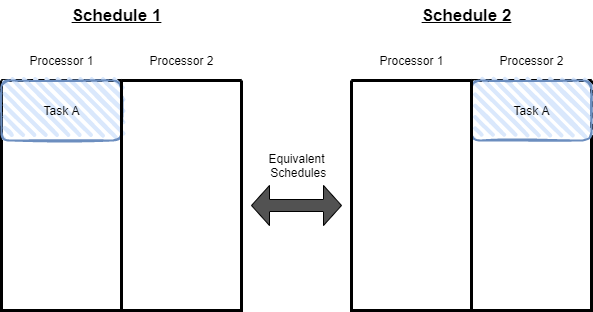
The draw.io diagram docs/Wiki/Parallelisation/diagrams/rendered/DuplicateSchedules.png in butterplup/Task-Scheduler, before a commit. Source tidied: cells renumbered, new cells last; positions are measured from the earlier drawing's top-left corner, leaving out a move shared by most shapes. Source of this version:
```xml
<mxGraphModel>
  <root>
    <mxCell id="0" />
    <mxCell id="1" parent="0" />
    <mxCell id="2" style="swimlane;startSize=0;strokeWidth=3;" parent="1" vertex="1">
      <mxGeometry y="80" width="120" height="230" as="geometry" />
    </mxCell>
    <mxCell id="3" style="rounded=1;whiteSpace=wrap;html=1;strokeWidth=2;fillWeight=4;hachureGap=8;hachureAngle=45;fillColor=#dae8fc;sketch=1;strokeColor=#6c8ebf;" parent="2" vertex="1">
      <mxGeometry width="120" height="60" as="geometry" />
    </mxCell>
    <mxCell id="4" value="Task A" style="text;html=1;align=center;verticalAlign=middle;fillColor=none;strokeColor=none;rounded=0;" parent="2" vertex="1">
      <mxGeometry x="35" y="20" width="50" height="20" as="geometry" />
    </mxCell>
    <mxCell id="5" style="swimlane;startSize=0;strokeWidth=3;" parent="1" vertex="1">
      <mxGeometry x="120" y="80" width="120" height="230" as="geometry" />
    </mxCell>
    <mxCell id="6" value="Processor 1" style="text;html=1;align=center;verticalAlign=middle;fillColor=none;strokeColor=none;rounded=0;" parent="1" vertex="1">
      <mxGeometry x="20" y="50" width="80" height="20" as="geometry" />
    </mxCell>
    <mxCell id="7" value="Processor 2" style="text;html=1;align=center;verticalAlign=middle;fillColor=none;strokeColor=none;rounded=0;" parent="1" vertex="1">
      <mxGeometry x="140" y="50" width="80" height="20" as="geometry" />
    </mxCell>
    <mxCell id="8" style="swimlane;startSize=0;strokeWidth=3;" parent="1" vertex="1">
      <mxGeometry x="470" y="80" width="120" height="230" as="geometry" />
    </mxCell>
    <mxCell id="9" style="rounded=1;whiteSpace=wrap;html=1;strokeWidth=2;fillWeight=4;hachureGap=8;hachureAngle=45;fillColor=#dae8fc;sketch=1;strokeColor=#6c8ebf;" parent="8" vertex="1">
      <mxGeometry width="120" height="60" as="geometry" />
    </mxCell>
    <mxCell id="10" value="Task A" style="text;html=1;align=center;verticalAlign=middle;fillColor=none;strokeColor=none;rounded=0;" parent="8" vertex="1">
      <mxGeometry x="35" y="20" width="50" height="20" as="geometry" />
    </mxCell>
    <mxCell id="11" style="swimlane;startSize=0;strokeWidth=3;" parent="1" vertex="1">
      <mxGeometry x="350" y="80" width="120" height="230" as="geometry" />
    </mxCell>
    <mxCell id="12" style="shape=doubleArrow;direction=south;whiteSpace=wrap;html=1;fillColor=#525252;rotation=90;" parent="1" vertex="1">
      <mxGeometry x="275" y="160" width="40" height="90" as="geometry" />
    </mxCell>
    <mxCell id="13" value="Equivalent&lt;br&gt;&amp;nbsp;Schedules" style="text;html=1;align=center;verticalAlign=middle;fillColor=none;strokeColor=none;rounded=0;" parent="1" vertex="1">
      <mxGeometry x="260" y="150" width="70" height="30" as="geometry" />
    </mxCell>
    <mxCell id="14" value="Processor 1" style="text;html=1;align=center;verticalAlign=middle;fillColor=none;strokeColor=none;rounded=0;" parent="1" vertex="1">
      <mxGeometry x="370" y="50" width="80" height="20" as="geometry" />
    </mxCell>
    <mxCell id="15" value="Processor 2" style="text;html=1;align=center;verticalAlign=middle;fillColor=none;strokeColor=none;rounded=0;" parent="1" vertex="1">
      <mxGeometry x="490" y="50" width="80" height="20" as="geometry" />
    </mxCell>
    <mxCell id="16" value="Schedule 1" style="text;html=1;align=center;verticalAlign=middle;rounded=0;fontStyle=5;fontSize=17;" parent="1" vertex="1">
      <mxGeometry x="60" width="110" height="30" as="geometry" />
    </mxCell>
    <mxCell id="17" value="Schedule 2" style="text;html=1;align=center;verticalAlign=middle;fillColor=none;strokeColor=none;rounded=0;fontStyle=5;fontSize=17;" parent="1" vertex="1">
      <mxGeometry x="410" width="110" height="30" as="geometry" />
    </mxCell>
  </root>
</mxGraphModel>
```
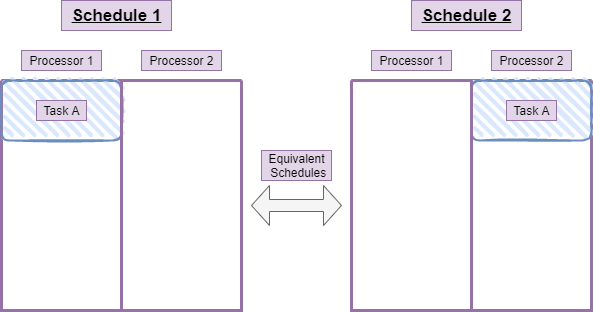
Above is the later version.

Commit message:
fix image display issues with dark mode

Change to the diagram source:
```diff
@@ -2,52 +2,52 @@
   <root>
     <mxCell id="0" />
     <mxCell id="1" parent="0" />
-    <mxCell id="2" style="swimlane;startSize=0;strokeWidth=3;" parent="1" vertex="1">
+    <mxCell id="2" style="swimlane;startSize=0;strokeWidth=3;fillColor=#e1d5e7;strokeColor=#9673a6;" parent="1" vertex="1">
       <mxGeometry y="80" width="120" height="230" as="geometry" />
     </mxCell>
     <mxCell id="3" style="rounded=1;whiteSpace=wrap;html=1;strokeWidth=2;fillWeight=4;hachureGap=8;hachureAngle=45;fillColor=#dae8fc;sketch=1;strokeColor=#6c8ebf;" parent="2" vertex="1">
       <mxGeometry width="120" height="60" as="geometry" />
     </mxCell>
-    <mxCell id="4" value="Task A" style="text;html=1;align=center;verticalAlign=middle;fillColor=none;strokeColor=none;rounded=0;" parent="2" vertex="1">
+    <mxCell id="4" value="Task A" style="text;html=1;align=center;verticalAlign=middle;rounded=0;fillColor=#e1d5e7;strokeColor=#9673a6;" parent="2" vertex="1">
       <mxGeometry x="35" y="20" width="50" height="20" as="geometry" />
     </mxCell>
-    <mxCell id="5" style="swimlane;startSize=0;strokeWidth=3;" parent="1" vertex="1">
+    <mxCell id="5" style="swimlane;startSize=0;strokeWidth=3;fillColor=#e1d5e7;strokeColor=#9673a6;" parent="1" vertex="1">
       <mxGeometry x="120" y="80" width="120" height="230" as="geometry" />
     </mxCell>
-    <mxCell id="6" value="Processor 1" style="text;html=1;align=center;verticalAlign=middle;fillColor=none;strokeColor=none;rounded=0;" parent="1" vertex="1">
+    <mxCell id="6" value="Processor 1" style="text;html=1;align=center;verticalAlign=middle;fillColor=#e1d5e7;strokeColor=#9673a6;rounded=0;" parent="1" vertex="1">
       <mxGeometry x="20" y="50" width="80" height="20" as="geometry" />
     </mxCell>
-    <mxCell id="7" value="Processor 2" style="text;html=1;align=center;verticalAlign=middle;fillColor=none;strokeColor=none;rounded=0;" parent="1" vertex="1">
+    <mxCell id="7" value="Processor 2" style="text;html=1;align=center;verticalAlign=middle;fillColor=#e1d5e7;strokeColor=#9673a6;rounded=0;" parent="1" vertex="1">
       <mxGeometry x="140" y="50" width="80" height="20" as="geometry" />
     </mxCell>
-    <mxCell id="8" style="swimlane;startSize=0;strokeWidth=3;" parent="1" vertex="1">
+    <mxCell id="8" style="swimlane;startSize=0;strokeWidth=3;fillColor=#e1d5e7;strokeColor=#9673a6;" parent="1" vertex="1">
       <mxGeometry x="470" y="80" width="120" height="230" as="geometry" />
     </mxCell>
     <mxCell id="9" style="rounded=1;whiteSpace=wrap;html=1;strokeWidth=2;fillWeight=4;hachureGap=8;hachureAngle=45;fillColor=#dae8fc;sketch=1;strokeColor=#6c8ebf;" parent="8" vertex="1">
       <mxGeometry width="120" height="60" as="geometry" />
     </mxCell>
-    <mxCell id="10" value="Task A" style="text;html=1;align=center;verticalAlign=middle;fillColor=none;strokeColor=none;rounded=0;" parent="8" vertex="1">
+    <mxCell id="10" value="Task A" style="text;html=1;align=center;verticalAlign=middle;fillColor=#e1d5e7;strokeColor=#9673a6;rounded=0;" parent="8" vertex="1">
       <mxGeometry x="35" y="20" width="50" height="20" as="geometry" />
     </mxCell>
-    <mxCell id="11" style="swimlane;startSize=0;strokeWidth=3;" parent="1" vertex="1">
+    <mxCell id="11" style="swimlane;startSize=0;strokeWidth=3;strokeColor=#9673a6;fillColor=#FFFFFF;" parent="1" vertex="1">
       <mxGeometry x="350" y="80" width="120" height="230" as="geometry" />
     </mxCell>
-    <mxCell id="12" style="shape=doubleArrow;direction=south;whiteSpace=wrap;html=1;fillColor=#525252;rotation=90;" parent="1" vertex="1">
+    <mxCell id="12" style="shape=doubleArrow;direction=south;whiteSpace=wrap;html=1;fillColor=#f5f5f5;rotation=90;strokeColor=#666666;fontColor=#333333;" parent="1" vertex="1">
       <mxGeometry x="275" y="160" width="40" height="90" as="geometry" />
     </mxCell>
-    <mxCell id="13" value="Equivalent&lt;br&gt;&amp;nbsp;Schedules" style="text;html=1;align=center;verticalAlign=middle;fillColor=none;strokeColor=none;rounded=0;" parent="1" vertex="1">
+    <mxCell id="13" value="Equivalent&lt;br&gt;&amp;nbsp;Schedules" style="text;html=1;align=center;verticalAlign=middle;fillColor=#e1d5e7;strokeColor=#9673a6;rounded=0;" parent="1" vertex="1">
       <mxGeometry x="260" y="150" width="70" height="30" as="geometry" />
     </mxCell>
-    <mxCell id="14" value="Processor 1" style="text;html=1;align=center;verticalAlign=middle;fillColor=none;strokeColor=none;rounded=0;" parent="1" vertex="1">
+    <mxCell id="14" value="Processor 1" style="text;html=1;align=center;verticalAlign=middle;fillColor=#e1d5e7;strokeColor=#9673a6;rounded=0;" parent="1" vertex="1">
       <mxGeometry x="370" y="50" width="80" height="20" as="geometry" />
     </mxCell>
-    <mxCell id="15" value="Processor 2" style="text;html=1;align=center;verticalAlign=middle;fillColor=none;strokeColor=none;rounded=0;" parent="1" vertex="1">
+    <mxCell id="15" value="Processor 2" style="text;html=1;align=center;verticalAlign=middle;fillColor=#e1d5e7;strokeColor=#9673a6;rounded=0;" parent="1" vertex="1">
       <mxGeometry x="490" y="50" width="80" height="20" as="geometry" />
     </mxCell>
-    <mxCell id="16" value="Schedule 1" style="text;html=1;align=center;verticalAlign=middle;rounded=0;fontStyle=5;fontSize=17;" parent="1" vertex="1">
+    <mxCell id="16" value="Schedule 1" style="text;html=1;align=center;verticalAlign=middle;rounded=0;fontStyle=5;fontSize=17;fillColor=#e1d5e7;strokeColor=#9673a6;" parent="1" vertex="1">
       <mxGeometry x="60" width="110" height="30" as="geometry" />
     </mxCell>
-    <mxCell id="17" value="Schedule 2" style="text;html=1;align=center;verticalAlign=middle;fillColor=none;strokeColor=none;rounded=0;fontStyle=5;fontSize=17;" parent="1" vertex="1">
+    <mxCell id="17" value="Schedule 2" style="text;html=1;align=center;verticalAlign=middle;fillColor=#e1d5e7;strokeColor=#9673a6;rounded=0;fontStyle=5;fontSize=17;" parent="1" vertex="1">
       <mxGeometry x="410" width="110" height="30" as="geometry" />
     </mxCell>
   </root>
```
